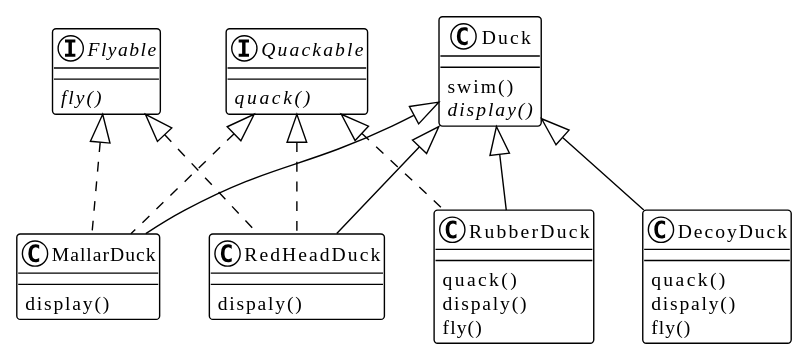
Earlier version of the PlantUML export src/chaptera/c/uml.svg (chesterchenn/HFDP). Its diagram source:
```plantuml
@startuml
!theme plain
Duck <|-- MallarDuck
Duck <|-- RedHeadDuck
Duck <|-- RubberDuck
Duck <|-- DecoyDuck

Flyable <|.. MallarDuck
Flyable <|.. RedHeadDuck

Quackable <|.. MallarDuck
Quackable <|.. RedHeadDuck
Quackable <|.. RubberDuck

class Duck {
  swim()
  {abstract} display()
}

class MallarDuck {
  display()
}

class RedHeadDuck {
  dispaly()
}

class RubberDuck {
  quack()
  dispaly()
  fly()
}

class DecoyDuck {
  quack()
  dispaly()
  fly()
}

interface Flyable {
  {abstract} fly()
}

interface Quackable {
  {abstract} quack()
}

@enduml
```
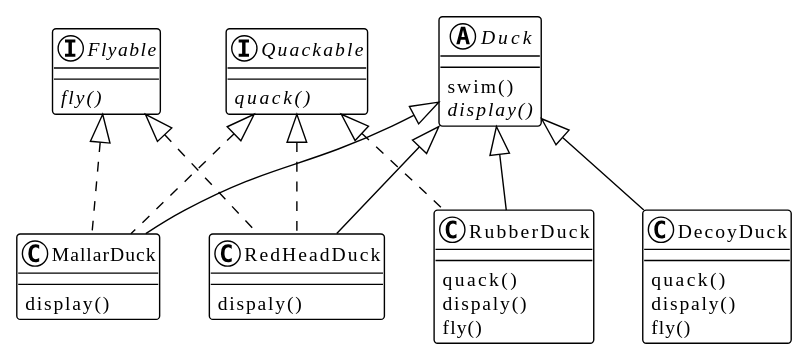
After the commit.

Change to the diagram source:
```diff
@@ -12,7 +12,7 @@
 Quackable <|.. RedHeadDuck
 Quackable <|.. RubberDuck
 
-class Duck {
+abstract class Duck {
   swim()
   {abstract} display()
 }
```
